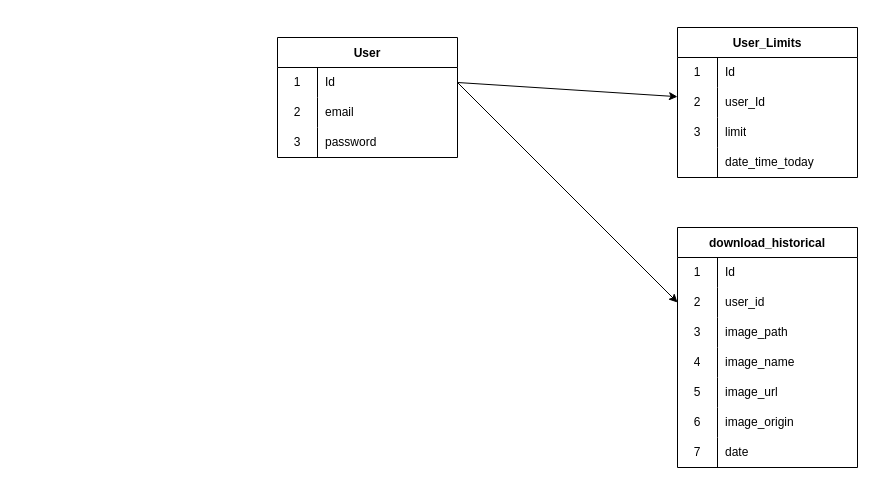
Before: dsgn.drawio in mago-do-css/dsgn-app, a draw.io diagram. Source tidied: cells renumbered, new cells numbered last; positions are measured from the earlier drawing's top-left corner, leaving out a move shared by most shapes. Both pictures are drawn from the tidied source at 100%, with x=0, y=0 at pixel (277, 27).
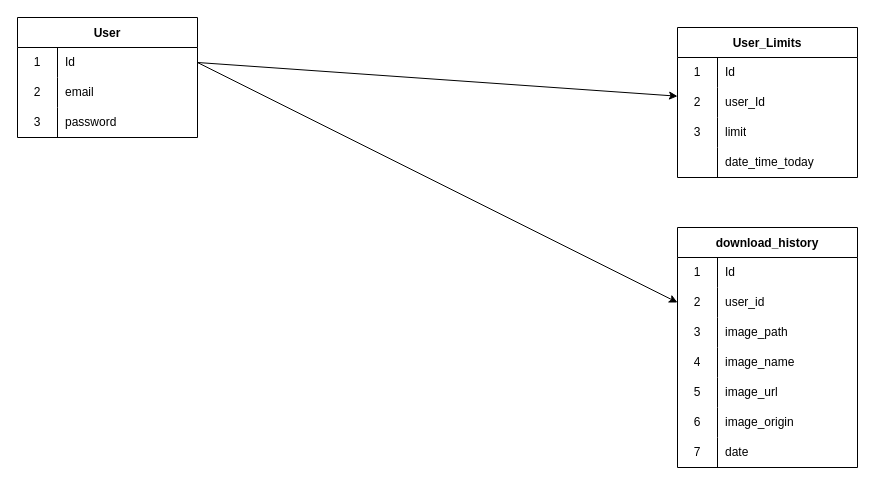
Above is the later version.

Change to the diagram source:
```diff
@@
     <mxCell id="4" value="User" style="shape=table;startSize=30;childLayout=tableLayout;rowLines=0;fontStyle=1;" parent="1" vertex="1">
-      <mxGeometry y="10" width="180" height="120" as="geometry" />
+      <mxGeometry x="-260" y="-10" width="180" height="120" as="geometry" />
     </mxCell>
@@
-    <mxCell id="27" value="download_historical" style="shape=table;startSize=30;childLayout=tableLayout;rowLines=0;fontStyle=1;" parent="1" vertex="1">
+    <mxCell id="27" value="download_history" style="shape=table;startSize=30;childLayout=tableLayout;rowLines=0;fontStyle=1;" parent="1" vertex="1">
       <mxGeometry x="400" y="200" width="180" height="240" as="geometry" />
     </mxCell>
```
